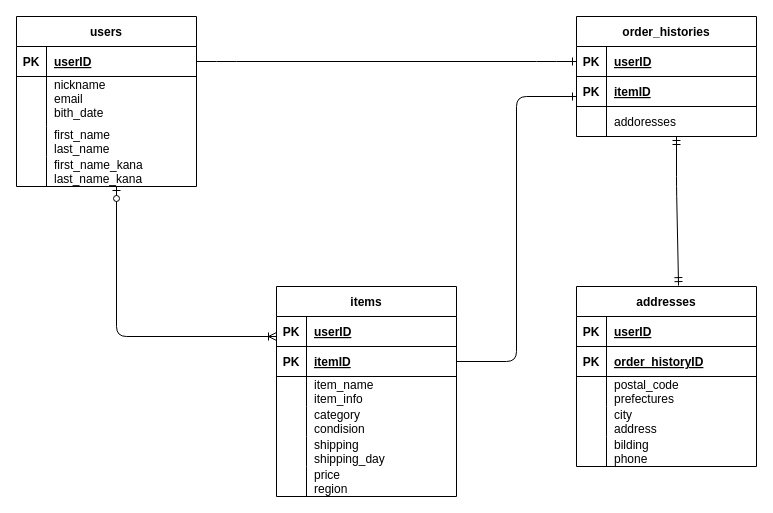
Above: furima.dio in naka-nana/furima-40244_2 (draw.io), before the change. Source tidied: cells renumbered, new cells numbered last; positions are measured from the earlier drawing's top-left corner, leaving out a move shared by most shapes. Both pictures are drawn from the tidied source at 100%, with x=0, y=0 at pixel (16, 16).
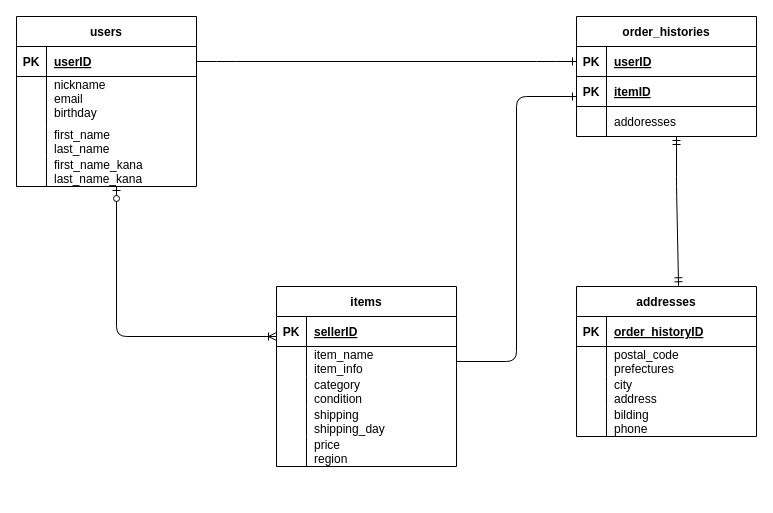
After the change.

Commit message (it also covers changes not shown here):
データベース設計（README）

The change refers to these unchanged cells:
```xml
<mxCell id="6" style="shape=tableRow;horizontal=0;startSize=0;swimlaneHead=0;swimlaneBody=0;fillColor=none;top=0;left=0;right=0;bottom=0;" parent="2" vertex="1">
  <mxGeometry y="60" width="180" height="50" as="geometry" />
</mxCell>
<mxCell id="17" style="shape=tableRow;horizontal=0;startSize=0;swimlaneHead=0;swimlaneBody=0;fillColor=none;top=0;left=0;right=0;bottom=1;" parent="16" vertex="1">
  <mxGeometry y="30" width="180" height="30" as="geometry" />
</mxCell>
```

The edit, as a diff of the source:
```diff
@@
-    <mxCell id="8" value="nickname&#10;email&#10;bith_date&#10;" style="shape=partialRectangle;fillColor=none;top=0;left=0;bottom=0;right=0;align=left;spacingLeft=6;overflow=hidden;" parent="6" vertex="1">
+    <mxCell id="8" value="nickname&#10;email&#10;birthday&#10;" style="shape=partialRectangle;fillColor=none;top=0;left=0;bottom=0;right=0;align=left;spacingLeft=6;overflow=hidden;" parent="6" vertex="1">
       <mxGeometry x="30" width="150" height="50" as="geometry" />
     </mxCell>
@@
     <mxCell id="16" value="items" style="shape=table;startSize=30;childLayout=tableLayout;rowLines=0;fontStyle=1;align=center;" parent="1" vertex="1">
-      <mxGeometry x="260" y="270" width="180" height="210" as="geometry" />
+      <mxGeometry x="260" y="270" width="180" height="180" as="geometry" />
     </mxCell>
@@
-    <mxCell id="19" value="userID" style="shape=partialRectangle;fillColor=none;top=0;left=0;bottom=0;right=0;align=left;spacingLeft=6;fontStyle=5;overflow=hidden;" parent="17" vertex="1">
+    <mxCell id="19" value="sellerID" style="shape=partialRectangle;fillColor=none;top=0;left=0;bottom=0;right=0;align=left;spacingLeft=6;fontStyle=5;overflow=hidden;" parent="17" vertex="1">
       <mxGeometry x="30" width="150" height="30" as="geometry" />
     </mxCell>
-    <mxCell id="20" style="shape=tableRow;horizontal=0;startSize=0;swimlaneHead=0;swimlaneBody=0;fillColor=none;points=[[0,0.5],[1,0.5]];portConstraint=eastwest;top=0;left=0;right=0;bottom=1;" parent="16" vertex="1">
-      <mxGeometry y="60" width="180" height="30" as="geometry" />
-    </mxCell>
-    <mxCell id="21" value="PK" style="shape=partialRectangle;fillColor=none;top=0;left=0;bottom=0;right=0;fontStyle=1;overflow=hidden;" parent="20" vertex="1">
-      <mxGeometry width="30" height="30" as="geometry" />
-    </mxCell>
-    <mxCell id="22" value="itemID" style="shape=partialRectangle;fillColor=none;top=0;left=0;bottom=0;right=0;align=left;spacingLeft=6;fontStyle=5;overflow=hidden;" parent="20" vertex="1">
-      <mxGeometry x="30" width="150" height="30" as="geometry" />
-    </mxCell>
     <mxCell id="23" style="shape=tableRow;horizontal=0;startSize=0;swimlaneHead=0;swimlaneBody=0;fillColor=none;top=0;left=0;right=0;bottom=0;" parent="16" vertex="1">
-      <mxGeometry y="90" width="180" height="30" as="geometry" />
+      <mxGeometry y="60" width="180" height="30" as="geometry" />
     </mxCell>
@@
     <mxCell id="26" style="shape=tableRow;horizontal=0;startSize=0;swimlaneHead=0;swimlaneBody=0;fillColor=none;top=0;left=0;right=0;bottom=0;" parent="16" vertex="1">
-      <mxGeometry y="120" width="180" height="30" as="geometry" />
+      <mxGeometry y="90" width="180" height="30" as="geometry" />
     </mxCell>
@@
-    <mxCell id="28" value="category&#10;condision" style="shape=partialRectangle;fillColor=none;top=0;left=0;bottom=0;right=0;align=left;spacingLeft=6;overflow=hidden;" parent="26" vertex="1">
+    <mxCell id="28" value="category&#10;condition" style="shape=partialRectangle;fillColor=none;top=0;left=0;bottom=0;right=0;align=left;spacingLeft=6;overflow=hidden;" parent="26" vertex="1">
       <mxGeometry x="30" width="150" height="30" as="geometry" />
     </mxCell>
     <mxCell id="29" style="shape=tableRow;horizontal=0;startSize=0;swimlaneHead=0;swimlaneBody=0;fillColor=none;top=0;left=0;right=0;bottom=0;" parent="16" vertex="1">
-      <mxGeometry y="150" width="180" height="30" as="geometry" />
+      <mxGeometry y="120" width="180" height="30" as="geometry" />
     </mxCell>
@@
     <mxCell id="32" style="shape=tableRow;horizontal=0;startSize=0;swimlaneHead=0;swimlaneBody=0;fillColor=none;top=0;left=0;right=0;bottom=0;" parent="16" vertex="1">
-      <mxGeometry y="180" width="180" height="30" as="geometry" />
+      <mxGeometry y="150" width="180" height="30" as="geometry" />
     </mxCell>
@@
-    <mxCell id="46" style="edgeStyle=orthogonalEdgeStyle;fontSize=12;html=1;endArrow=ERone;endFill=1;exitX=1;exitY=0.5;exitDx=0;exitDy=0;" parent="1" edge="1" source="20">
+    <mxCell id="46" style="edgeStyle=orthogonalEdgeStyle;fontSize=12;html=1;endArrow=ERone;endFill=1;exitX=1;exitY=0.5;exitDx=0;exitDy=0;" parent="1" edge="1">
       <mxGeometry relative="1" as="geometry">
+        <mxPoint x="440" y="345" as="sourcePoint" />
         <mxPoint x="560" y="80" as="targetPoint" />
         <Array as="points">
           <mxPoint x="500" y="345" />
           <mxPoint x="500" y="80" />
           <mxPoint x="560" y="80" />
         </Array>
       </mxGeometry>
     </mxCell>
     <mxCell id="47" value="addresses" style="shape=table;startSize=30;childLayout=tableLayout;rowLines=0;fontStyle=1;align=center;" parent="1" vertex="1">
-      <mxGeometry x="560" y="270" width="180" height="180" as="geometry" />
+      <mxGeometry x="560" y="270" width="180" height="150" as="geometry" />
     </mxCell>
-    <mxCell id="48" style="shape=tableRow;horizontal=0;startSize=0;swimlaneHead=0;swimlaneBody=0;fillColor=none;top=0;left=0;right=0;bottom=1;" parent="47" vertex="1">
-      <mxGeometry y="30" width="180" height="30" as="geometry" />
-    </mxCell>
-    <mxCell id="49" value="PK" style="shape=partialRectangle;fillColor=none;top=0;left=0;bottom=0;right=0;fontStyle=1;overflow=hidden;" parent="48" vertex="1">
-      <mxGeometry width="30" height="30" as="geometry" />
-    </mxCell>
-    <mxCell id="50" value="userID" style="shape=partialRectangle;fillColor=none;top=0;left=0;bottom=0;right=0;align=left;spacingLeft=6;fontStyle=5;overflow=hidden;" parent="48" vertex="1">
-      <mxGeometry x="30" width="150" height="30" as="geometry" />
-    </mxCell>
     <mxCell id="51" style="shape=tableRow;horizontal=0;startSize=0;swimlaneHead=0;swimlaneBody=0;fillColor=none;top=0;left=0;right=0;bottom=1;" parent="47" vertex="1">
-      <mxGeometry y="60" width="180" height="30" as="geometry" />
+      <mxGeometry y="30" width="180" height="30" as="geometry" />
     </mxCell>
@@
     <mxCell id="54" style="shape=tableRow;horizontal=0;startSize=0;swimlaneHead=0;swimlaneBody=0;fillColor=none;top=0;left=0;right=0;bottom=0;" parent="47" vertex="1">
-      <mxGeometry y="90" width="180" height="30" as="geometry" />
+      <mxGeometry y="60" width="180" height="30" as="geometry" />
     </mxCell>
@@
     <mxCell id="57" style="shape=tableRow;horizontal=0;startSize=0;swimlaneHead=0;swimlaneBody=0;fillColor=none;top=0;left=0;right=0;bottom=0;" parent="47" vertex="1">
-      <mxGeometry y="120" width="180" height="30" as="geometry" />
+      <mxGeometry y="90" width="180" height="30" as="geometry" />
     </mxCell>
@@
     <mxCell id="60" style="shape=tableRow;horizontal=0;startSize=0;swimlaneHead=0;swimlaneBody=0;fillColor=none;top=0;left=0;right=0;bottom=0;" parent="47" vertex="1">
-      <mxGeometry y="150" width="180" height="30" as="geometry" />
+      <mxGeometry y="120" width="180" height="30" as="geometry" />
     </mxCell>
```
